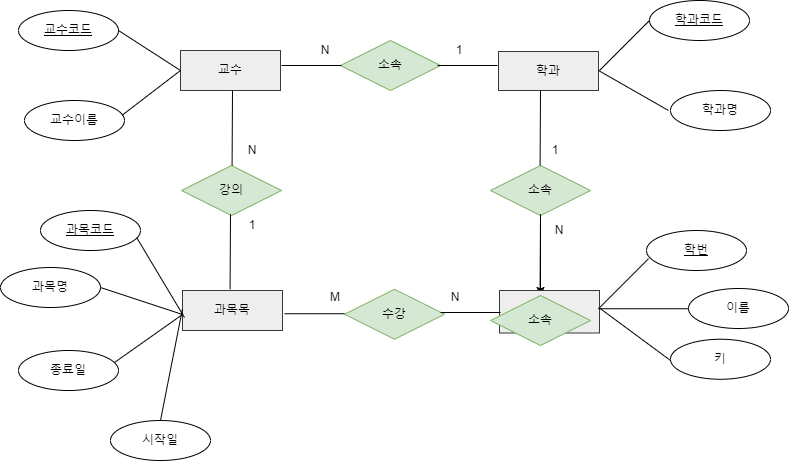
Before: 학사관리.png, a diagram exported from draw.io (YunSomee/somee). Source tidied: cells renumbered, new cells last; positions are measured from the earlier drawing's top-left corner, leaving out a move shared by most shapes.
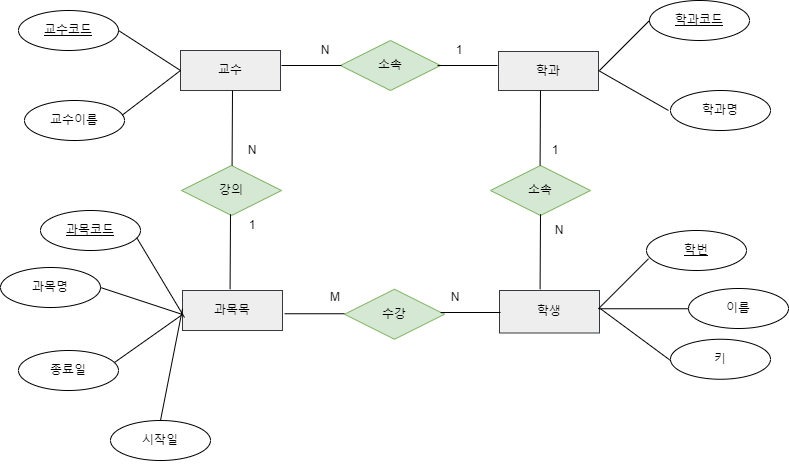
The same diagram one commit later.

Commit message:
학사관리.png 업데이트

The edit, as a diff of the source:
```diff
@@ -26,9 +26,6 @@
     <mxCell id="9" value="교수코드" style="ellipse;whiteSpace=wrap;html=1;align=center;fontStyle=4;" parent="1" vertex="1">
       <mxGeometry x="18" y="10" width="100" height="40" as="geometry" />
     </mxCell>
-    <mxCell id="10" style="edgeStyle=none;rounded=0;jettySize=auto;html=1;" parent="1" edge="1" source="11" target="42">
-      <mxGeometry relative="1" as="geometry" />
-    </mxCell>
     <mxCell id="11" value="소속" style="shape=rhombus;perimeter=rhombusPerimeter;whiteSpace=wrap;html=1;align=center;fillColor=#d5e8d4;strokeColor=#82b366;" parent="1" vertex="1">
       <mxGeometry x="490" y="165" width="100" height="50" as="geometry" />
     </mxCell>
@@ -155,9 +152,6 @@
         <mxPoint x="540" y="213.8" as="targetPoint" />
       </mxGeometry>
     </mxCell>
-    <mxCell id="42" value="소속" style="shape=rhombus;perimeter=rhombusPerimeter;whiteSpace=wrap;html=1;align=center;fillColor=#d5e8d4;strokeColor=#82b366;" parent="1" vertex="1">
-      <mxGeometry x="490" y="295" width="100" height="50" as="geometry" />
-    </mxCell>
     <mxCell id="43" style="endArrow=none;html=1;rounded=0;" parent="1" edge="1">
       <mxGeometry relative="1" as="geometry">
         <mxPoint x="539.6" y="165" as="sourcePoint" />
```
